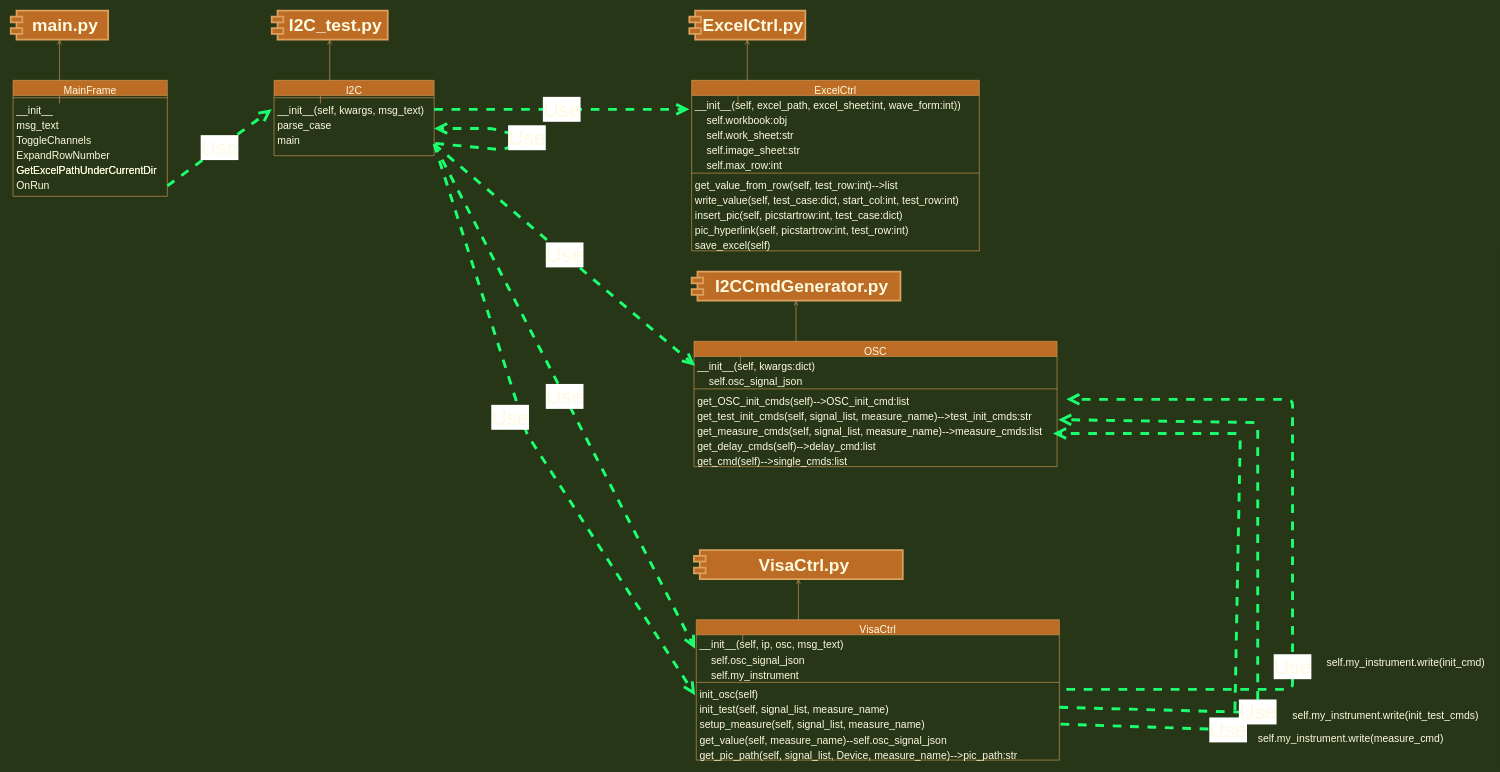
Above: I2C.drawio in ld269440877/Diagram (draw.io), before the change. Source tidied: cells renumbered, new cells numbered last; positions are measured from the earlier drawing's top-left corner, leaving out a move shared by most shapes. Both pictures are drawn from the tidied source at 58%, with x=0, y=0 at pixel (10, 10).
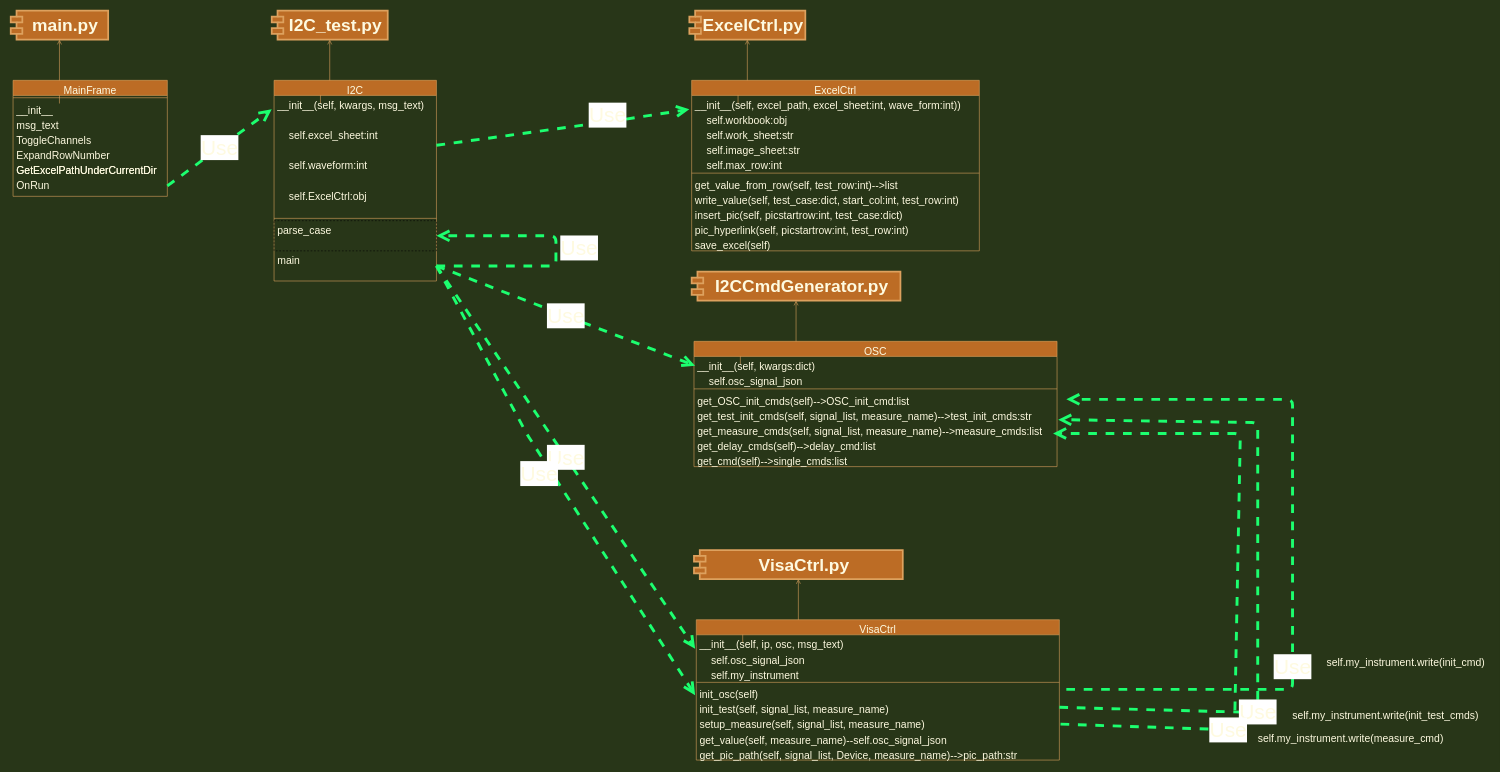
Above is the later version.

Unchanged cells that the change refers to:
```xml
<mxCell id="40" value="__init__(self, kwargs:dict)" style="text;align=left;verticalAlign=top;spacingLeft=4;spacingRight=4;overflow=hidden;points=[[0,0.5],[1,0.5]];portConstraint=eastwest;fontStyle=0;fontColor=#FEFAE0;fontSize=18;" parent="39" vertex="1">
  <mxGeometry y="26" width="626" height="26" as="geometry" />
</mxCell>
```

What changed in the source:
```diff
@@
     <mxCell id="15" value="I2C" style="swimlane;fontStyle=0;align=center;verticalAlign=top;horizontal=1;startSize=26;rounded=0;shadow=0;strokeWidth=1;fillColor=#BC6C25;strokeColor=#DDA15E;fontColor=#FEFAE0;fontSize=18;" parent="1" vertex="1">
-      <mxGeometry x="454" y="120" width="276" height="130" as="geometry" />
+      <mxGeometry x="454" y="120" width="280" height="346" as="geometry" />
     </mxCell>
+    <mxCell id="17" value="__init__(self, kwargs, msg_text)" style="text;align=left;verticalAlign=top;spacingLeft=4;spacingRight=4;overflow=hidden;fontStyle=0;fontColor=#FEFAE0;fontSize=18;strokeColor=none;dashed=1;" parent="15" vertex="1">
+      <mxGeometry y="26" width="280" height="52" as="geometry" />
+    </mxCell>
+    <mxCell id="69" value="    self.excel_sheet:int" style="text;align=left;verticalAlign=top;spacingLeft=4;spacingRight=4;overflow=hidden;fontStyle=0;fontColor=#FEFAE0;fontSize=18;strokeColor=none;dashed=1;" parent="15" vertex="1">
+      <mxGeometry y="78" width="280" height="52" as="geometry" />
+    </mxCell>
+    <mxCell id="70" value="    self.waveform:int " style="text;align=left;verticalAlign=top;spacingLeft=4;spacingRight=4;overflow=hidden;fontStyle=0;fontColor=#FEFAE0;fontSize=18;strokeColor=none;dashed=1;" parent="15" vertex="1">
+      <mxGeometry y="130" width="280" height="52" as="geometry" />
+    </mxCell>
+    <mxCell id="71" value="    self.ExcelCtrl:obj" style="text;align=left;verticalAlign=top;spacingLeft=4;spacingRight=4;overflow=hidden;fontStyle=0;fontColor=#FEFAE0;fontSize=18;strokeColor=none;dashed=1;" parent="15" vertex="1">
+      <mxGeometry y="182" width="280" height="52" as="geometry" />
+    </mxCell>
     <mxCell id="16" style="line;html=1;strokeWidth=1;align=left;verticalAlign=middle;spacingTop=-1;spacingLeft=3;spacingRight=3;labelPosition=right;labelBackgroundColor=#283618;fillColor=#BC6C25;strokeColor=#DDA15E;fontColor=#FEFAE0;fontSize=18;" parent="15" vertex="1">
-      <mxGeometry y="26" width="276" height="8" as="geometry" />
+      <mxGeometry y="234" width="280" height="8" as="geometry" />
     </mxCell>
-    <mxCell id="17" value="__init__(self, kwargs, msg_text)" style="text;align=left;verticalAlign=top;spacingLeft=4;spacingRight=4;overflow=hidden;fontStyle=0;fontColor=#FEFAE0;fontSize=18;" parent="15" vertex="1">
-      <mxGeometry y="34" width="276" height="26" as="geometry" />
-    </mxCell>
-    <mxCell id="18" value="parse_case" style="text;align=left;verticalAlign=top;spacingLeft=4;spacingRight=4;overflow=hidden;points=[[0,0.5],[1,0.5]];portConstraint=eastwest;fontColor=#FEFAE0;fontSize=18;" parent="15" vertex="1">
-      <mxGeometry y="60" width="276" height="26" as="geometry" />
+    <mxCell id="18" value="parse_case" style="text;align=left;verticalAlign=top;spacingLeft=4;spacingRight=4;overflow=hidden;points=[[0,0.5],[1,0.5]];portConstraint=eastwest;fontColor=#FEFAE0;fontSize=18;strokeColor=default;dashed=1;" parent="15" vertex="1">
+      <mxGeometry y="242" width="280" height="52" as="geometry" />
     </mxCell>
-    <mxCell id="19" value="main" style="text;align=left;verticalAlign=top;spacingLeft=4;spacingRight=4;overflow=hidden;points=[[0,0.5],[1,0.5]];portConstraint=eastwest;fontColor=#FEFAE0;fontSize=18;" parent="15" vertex="1">
-      <mxGeometry y="86" width="276" height="26" as="geometry" />
+    <mxCell id="19" value="main" style="text;align=left;verticalAlign=top;spacingLeft=4;spacingRight=4;overflow=hidden;points=[[0,0.5],[1,0.5]];portConstraint=eastwest;fontColor=#FEFAE0;fontSize=18;strokeColor=none;" parent="15" vertex="1">
+      <mxGeometry y="294" width="280" height="52" as="geometry" />
     </mxCell>
+    <mxCell id="72" value="    " style="text;align=left;verticalAlign=top;spacingLeft=4;spacingRight=4;overflow=hidden;fontColor=#FEFAE0;fontSize=18;" parent="15" vertex="1">
+      <mxGeometry y="346" width="280" as="geometry" />
+    </mxCell>
-    <mxCell id="20" value="Use" style="endArrow=open;endSize=12;dashed=1;html=1;fontSize=36;fontColor=#FEFAE0;strokeColor=#1CFF6F;strokeWidth=5;fillColor=#BC6C25;exitX=1.008;exitY=0.876;exitDx=0;exitDy=0;exitPerimeter=0;" parent="15" edge="1" source="19">
-      <mxGeometry relative="1" as="geometry">
-        <mxPoint x="276" y="83" as="targetPoint" />
+    <mxCell id="20" value="Use" style="endArrow=open;endSize=12;dashed=1;html=1;fontSize=36;fontColor=#FEFAE0;strokeColor=#1CFF6F;strokeWidth=5;fillColor=#BC6C25;exitX=1;exitY=0.5;exitDx=0;exitDy=0;entryX=1;entryY=0.5;entryDx=0;entryDy=0;" parent="15" edge="1" source="19" target="18">
+      <mxGeometry x="0.02" y="-40" relative="1" as="geometry">
         <Array as="points">
-          <mxPoint x="396" y="120" />
-          <mxPoint x="436" y="99" />
-          <mxPoint x="376" y="83" />
+          <mxPoint x="486" y="320" />
+          <mxPoint x="486" y="268" />
         </Array>
       </mxGeometry>
     </mxCell>
@@
-    <mxCell id="36" value="Use" style="endArrow=open;endSize=12;dashed=1;html=1;fontSize=36;fontColor=#FEFAE0;strokeColor=#1CFF6F;strokeWidth=5;fillColor=#BC6C25;" parent="1" edge="1">
-      <mxGeometry relative="1" as="geometry">
-        <mxPoint x="730" y="170" as="sourcePoint" />
+    <mxCell id="36" value="Use" style="endArrow=open;endSize=12;dashed=1;html=1;fontSize=36;fontColor=#FEFAE0;strokeColor=#1CFF6F;strokeWidth=5;fillColor=#BC6C25;exitX=1;exitY=0.5;exitDx=0;exitDy=0;" parent="1" edge="1">
+      <mxGeometry x="0.36" y="11" relative="1" as="geometry">
+        <mxPoint x="734" y="232" as="sourcePoint" />
         <mxPoint x="1170" y="170" as="targetPoint" />
+        <Array as="points">
+          <mxPoint x="1040" y="190" />
+        </Array>
       </mxGeometry>
     </mxCell>
@@
-    <mxCell id="48" value="Use" style="endArrow=open;endSize=12;dashed=1;html=1;fontSize=36;fontColor=#FEFAE0;strokeColor=#1CFF6F;strokeWidth=5;fillColor=#BC6C25;entryX=0.003;entryY=0.615;entryDx=0;entryDy=0;entryPerimeter=0;" parent="1" edge="1" target="40">
-      <mxGeometry relative="1" as="geometry">
-        <mxPoint x="730" y="230" as="sourcePoint" />
-      </mxGeometry>
+    <mxCell id="48" value="Use" style="endArrow=open;endSize=12;dashed=1;html=1;fontSize=36;fontColor=#FEFAE0;strokeColor=#1CFF6F;strokeWidth=5;fillColor=#BC6C25;entryX=0.003;entryY=0.615;entryDx=0;entryDy=0;entryPerimeter=0;exitX=1;exitY=0.5;exitDx=0;exitDy=0;" parent="1" edge="1" source="19" target="40">
+      <mxGeometry relative="1" as="geometry" />
     </mxCell>
@@
-    <mxCell id="67" value="Use" style="endArrow=open;endSize=12;dashed=1;html=1;fontSize=36;fontColor=#FEFAE0;strokeColor=#1CFF6F;strokeWidth=5;fillColor=#BC6C25;" parent="1" edge="1">
+    <mxCell id="67" value="Use" style="endArrow=open;endSize=12;dashed=1;html=1;fontSize=36;fontColor=#FEFAE0;strokeColor=#1CFF6F;strokeWidth=5;fillColor=#BC6C25;exitX=1;exitY=0.5;exitDx=0;exitDy=0;" parent="1" edge="1" source="19">
       <mxGeometry relative="1" as="geometry">
-        <mxPoint x="730" y="230" as="sourcePoint" />
         <mxPoint x="1180" y="1100" as="targetPoint" />
       </mxGeometry>
     </mxCell>
-    <mxCell id="68" value="Use" style="endArrow=open;endSize=12;dashed=1;html=1;fontSize=36;fontColor=#FEFAE0;strokeColor=#1CFF6F;strokeWidth=5;fillColor=#BC6C25;" parent="1" edge="1">
+    <mxCell id="68" value="Use" style="endArrow=open;endSize=12;dashed=1;html=1;fontSize=36;fontColor=#FEFAE0;strokeColor=#1CFF6F;strokeWidth=5;fillColor=#BC6C25;exitX=1;exitY=0.5;exitDx=0;exitDy=0;" parent="1" edge="1" source="19">
       <mxGeometry x="-0.08" y="-19" relative="1" as="geometry">
-        <mxPoint x="730" y="230" as="sourcePoint" />
         <mxPoint x="1180" y="1180" as="targetPoint" />
         <Array as="points">
           <mxPoint x="890" y="730" />
         </Array>
       </mxGeometry>
     </mxCell>
```
